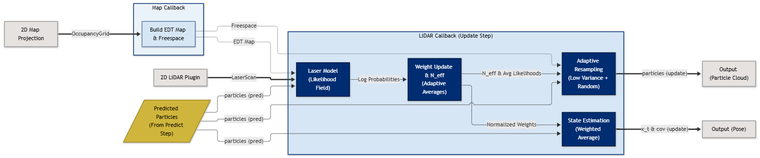
Before: docs/Reasoning Under Uncertainty/Final Paper/figures/pf_update.png, a diagram exported from Mermaid (jtcass01/devol). Its source is kept beside it as docs/Reasoning Under Uncertainty/Project Diagrams/pf_update.mmd.
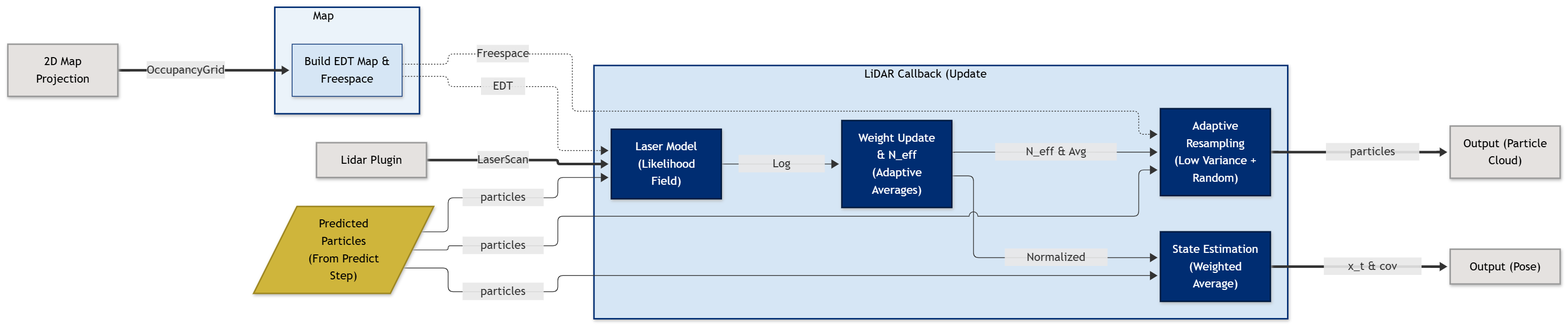
The same file after the commit.

The edit, as a diff of the source:
```diff
@@ -1,5 +1,5 @@
 graph LR
-    LiDAR["2D LiDAR Plugin"]
+    LiDAR["Lidar Plugin"]
     Octomap["2D Map Projection"]
     PredictedParticles[/"Predicted Particles<br>(From Predict Step)"/]
 
```
